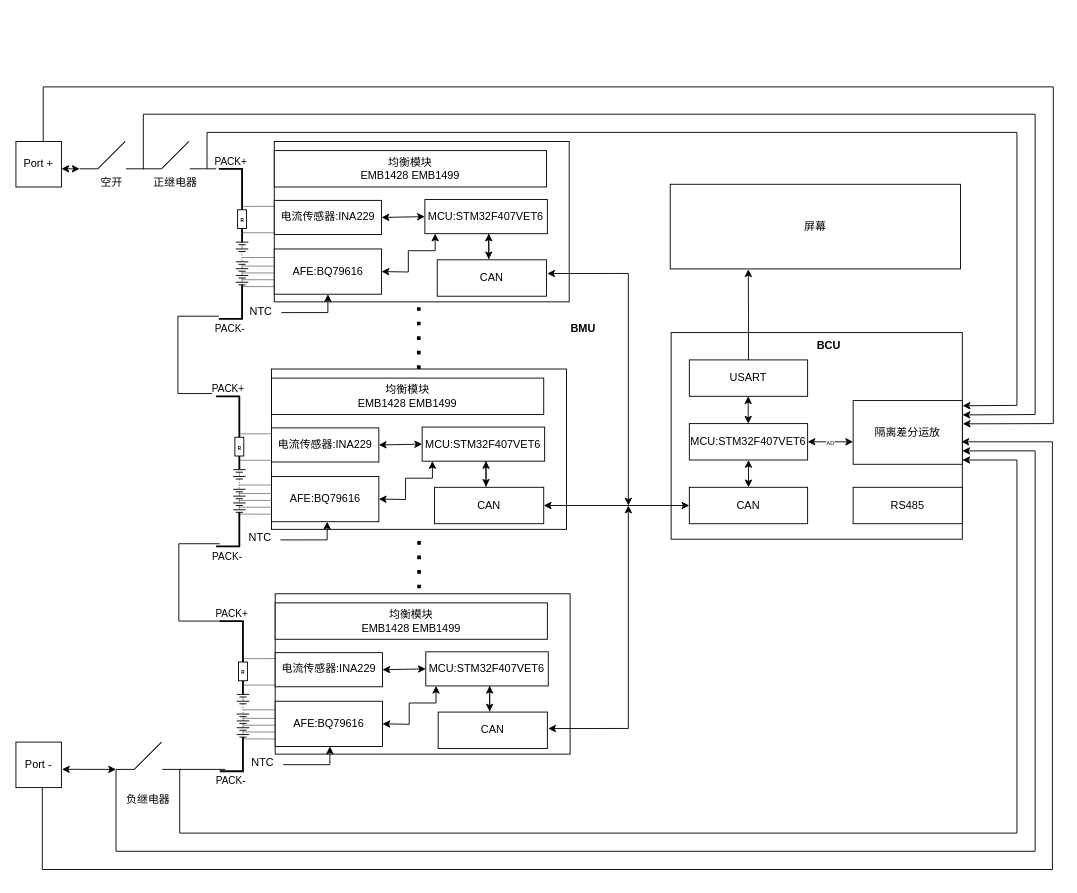
The draw.io diagram 第二版.drawio in HatSir/QilinCtrl, before the edit. Source tidied: cells renumbered, new cells numbered last; positions are measured from the earlier drawing's top-left corner, leaving out a move shared by most shapes. Both pictures are drawn from the tidied source at 91%, with x=0, y=0 at pixel (15, 86).
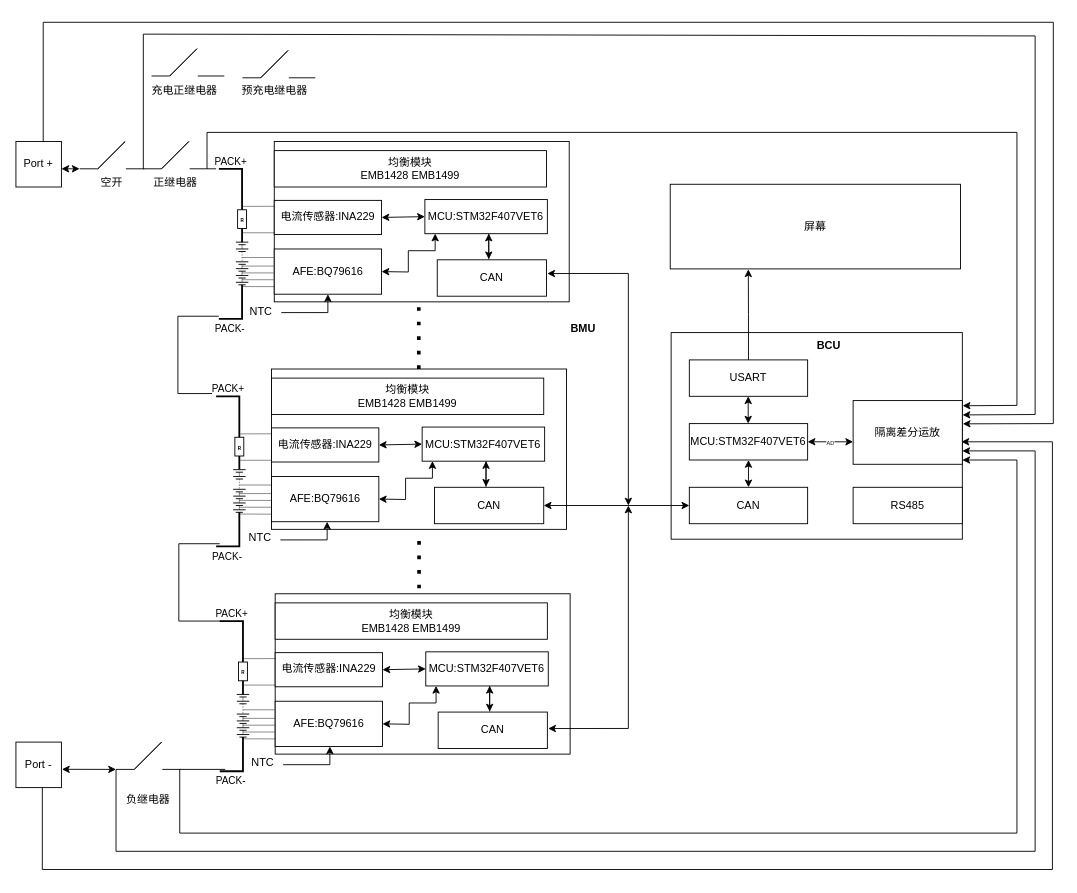
The same diagram, later.

Commit message:
更新第二版.drawio

The change refers to these unchanged cells:
```xml
<mxCell id="43" value="隔离差分运放" style="rounded=0;whiteSpace=wrap;html=1;" parent="1" vertex="1">
  <mxGeometry x="920" y="344.7" width="120" height="70" as="geometry" />
</mxCell>
```

Change to the diagram source:
```diff
@@
     <mxCell id="39" style="endArrow=classic;html=1;rounded=0;entryX=1.002;entryY=0.225;entryDx=0;entryDy=0;entryPerimeter=0;" parent="1" edge="1" target="43">
       <mxGeometry relative="1" as="geometry">
         <mxPoint x="140" y="90" as="sourcePoint" />
         <Array as="points">
-          <mxPoint x="140" y="30" />
-          <mxPoint x="1120" y="30" />
+          <mxPoint x="140" y="-58" />
+          <mxPoint x="1120" y="-56" />
           <mxPoint x="1120" y="360" />
         </Array>
       </mxGeometry>
     </mxCell>
@@
     <mxCell id="41" style="endArrow=classic;html=1;rounded=0;entryX=1.004;entryY=0.365;entryDx=0;entryDy=0;entryPerimeter=0;" parent="1" edge="1" target="43">
       <mxGeometry relative="1" as="geometry">
         <mxPoint x="30" y="60" as="sourcePoint" />
         <Array as="points">
-          <mxPoint x="30" />
-          <mxPoint x="1140" />
+          <mxPoint x="30" y="-71" />
+          <mxPoint x="1140" y="-71" />
           <mxPoint x="1140" y="370" />
         </Array>
       </mxGeometry>
     </mxCell>
@@
+    <mxCell id="181" style="group;" parent="1" vertex="1">
+      <mxGeometry x="149" y="-42" width="70" height="30" as="geometry" />
+    </mxCell>
+    <mxCell id="182" style="endArrow=none;html=1;rounded=0;" parent="181" edge="1">
+      <mxGeometry relative="1" as="geometry">
+        <mxPoint y="30" as="sourcePoint" />
+        <mxPoint x="20" y="30" as="targetPoint" />
+      </mxGeometry>
+    </mxCell>
+    <mxCell id="183" style="endArrow=none;html=1;rounded=0;" parent="181" edge="1">
+      <mxGeometry relative="1" as="geometry">
+        <mxPoint x="50.9" y="30" as="sourcePoint" />
+        <mxPoint x="80" y="30" as="targetPoint" />
+        <Array as="points">
+          <mxPoint x="50" y="30" />
+        </Array>
+      </mxGeometry>
+    </mxCell>
+    <mxCell id="184" style="endArrow=none;html=1;rounded=0;" parent="181" edge="1">
+      <mxGeometry relative="1" as="geometry">
+        <mxPoint x="20" y="30" as="sourcePoint" />
+        <mxPoint x="50" as="targetPoint" />
+      </mxGeometry>
+    </mxCell>
+    <mxCell id="185" style="endArrow=none;html=1;rounded=0;" parent="181" edge="1">
+      <mxGeometry relative="1" as="geometry">
+        <mxPoint x="20" y="30" as="sourcePoint" />
+        <mxPoint x="50" as="targetPoint" />
+      </mxGeometry>
+    </mxCell>
+    <mxCell id="186" value="充电正继电器" style="text;html=1;align=center;verticalAlign=middle;strokeColor=none;fillColor=none;" parent="1" vertex="1">
+      <mxGeometry x="139" y="-10" width="91" height="27" as="geometry" />
+    </mxCell>
+    <mxCell id="187" style="group;" parent="1" vertex="1">
+      <mxGeometry x="249" y="-40" width="70" height="30" as="geometry" />
+    </mxCell>
+    <mxCell id="188" style="endArrow=none;html=1;rounded=0;" parent="187" edge="1">
+      <mxGeometry relative="1" as="geometry">
+        <mxPoint y="30" as="sourcePoint" />
+        <mxPoint x="20" y="30" as="targetPoint" />
+      </mxGeometry>
+    </mxCell>
+    <mxCell id="189" style="endArrow=none;html=1;rounded=0;" parent="187" edge="1">
+      <mxGeometry relative="1" as="geometry">
+        <mxPoint x="50.9" y="30" as="sourcePoint" />
+        <mxPoint x="80" y="30" as="targetPoint" />
+        <Array as="points">
+          <mxPoint x="50" y="30" />
+        </Array>
+      </mxGeometry>
+    </mxCell>
+    <mxCell id="190" style="endArrow=none;html=1;rounded=0;" parent="187" edge="1">
+      <mxGeometry relative="1" as="geometry">
+        <mxPoint x="20" y="30" as="sourcePoint" />
+        <mxPoint x="50" as="targetPoint" />
+      </mxGeometry>
+    </mxCell>
+    <mxCell id="191" style="endArrow=none;html=1;rounded=0;" parent="187" edge="1">
+      <mxGeometry relative="1" as="geometry">
+        <mxPoint x="20" y="30" as="sourcePoint" />
+        <mxPoint x="50" as="targetPoint" />
+      </mxGeometry>
+    </mxCell>
+    <mxCell id="192" value="预充电继电器" style="text;html=1;align=center;verticalAlign=middle;strokeColor=none;fillColor=none;" parent="1" vertex="1">
+      <mxGeometry x="238" y="-10" width="91" height="27" as="geometry" />
+    </mxCell>
```
